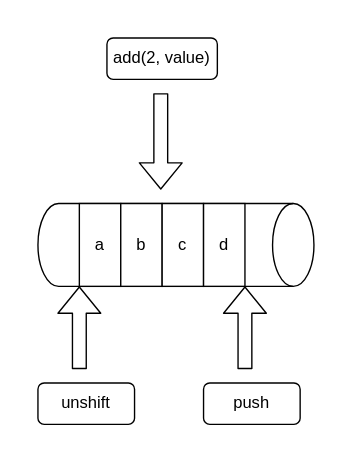
aboutmoon/tools keeps this draw.io diagram as SplDoublyLinkedList.drawio. Above is the earlier version. Source tidied: cells renumbered, new cells numbered last; positions are measured from the earlier drawing's top-left corner, leaving out a move shared by most shapes. Both pictures are drawn from the tidied source at 138%, with x=0, y=0 at pixel (37, 37).
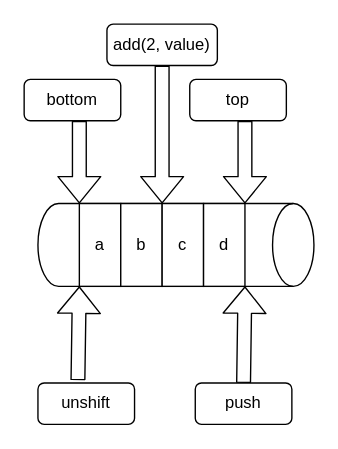
After the change.

What changed in the source:
```diff
@@
 <mxGraphModel>
   <root>
     <mxCell id="0" />
     <mxCell id="1" parent="0" />
     <mxCell id="2" style="shape=cylinder3;whiteSpace=wrap;html=1;boundedLbl=1;backgroundOutline=1;size=15;rotation=90;" parent="1" vertex="1">
       <mxGeometry x="70" y="50" width="60" height="200" as="geometry" />
     </mxCell>
     <mxCell id="3" value="a" style="rounded=0;whiteSpace=wrap;html=1;" parent="1" vertex="1">
       <mxGeometry x="30" y="120" width="30" height="60" as="geometry" />
     </mxCell>
     <mxCell id="4" value="b" style="rounded=0;whiteSpace=wrap;html=1;" parent="1" vertex="1">
       <mxGeometry x="60" y="120" width="30" height="60" as="geometry" />
     </mxCell>
     <mxCell id="5" value="c" style="rounded=0;whiteSpace=wrap;html=1;" parent="1" vertex="1">
       <mxGeometry x="90" y="120" width="30" height="60" as="geometry" />
     </mxCell>
     <mxCell id="6" value="d" style="rounded=0;whiteSpace=wrap;html=1;" parent="1" vertex="1">
       <mxGeometry x="120" y="120" width="30" height="60" as="geometry" />
     </mxCell>
     <mxCell id="7" value="push" style="rounded=1;whiteSpace=wrap;html=1;" parent="1" vertex="1">
-      <mxGeometry x="120" y="250" width="70" height="30" as="geometry" />
+      <mxGeometry x="114" y="250" width="70" height="30" as="geometry" />
     </mxCell>
-    <mxCell id="8" style="shape=flexArrow;endArrow=classic;html=1;entryX=1;entryY=1;entryDx=0;entryDy=0;" parent="1" edge="1" target="6">
-      <mxGeometry relative="1" as="geometry">
-        <mxPoint x="150" y="240" as="sourcePoint" />
-      </mxGeometry>
+    <mxCell id="8" style="shape=flexArrow;endArrow=classic;html=1;entryX=1;entryY=1;entryDx=0;entryDy=0;exitX=0.5;exitY=0;exitDx=0;exitDy=0;" parent="1" edge="1" source="7" target="6">
+      <mxGeometry relative="1" as="geometry" />
     </mxCell>
     <mxCell id="9" value="unshift" style="rounded=1;whiteSpace=wrap;html=1;" parent="1" vertex="1">
       <mxGeometry y="250" width="70" height="30" as="geometry" />
     </mxCell>
-    <mxCell id="10" style="shape=flexArrow;endArrow=classic;html=1;entryX=1;entryY=1;entryDx=0;entryDy=0;" parent="1" edge="1">
+    <mxCell id="10" style="shape=flexArrow;endArrow=classic;html=1;entryX=1;entryY=1;entryDx=0;entryDy=0;exitX=0.414;exitY=-0.067;exitDx=0;exitDy=0;exitPerimeter=0;" parent="1" edge="1" source="9">
       <mxGeometry relative="1" as="geometry">
-        <mxPoint x="30" y="240" as="sourcePoint" />
         <mxPoint x="30" y="180" as="targetPoint" />
       </mxGeometry>
     </mxCell>
     <mxCell id="11" value="add(2, value)" style="rounded=1;whiteSpace=wrap;html=1;" parent="1" vertex="1">
-      <mxGeometry x="50" width="80" height="30" as="geometry" />
+      <mxGeometry x="50" y="-10" width="80" height="30" as="geometry" />
     </mxCell>
-    <mxCell id="12" style="shape=flexArrow;endArrow=classic;html=1;" parent="1" edge="1">
-      <mxGeometry relative="1" as="geometry">
-        <mxPoint x="89" y="40" as="sourcePoint" />
-        <mxPoint x="89" y="110" as="targetPoint" />
-      </mxGeometry>
+    <mxCell id="12" style="shape=flexArrow;endArrow=classic;html=1;exitX=0.5;exitY=1;exitDx=0;exitDy=0;entryX=1;entryY=0;entryDx=0;entryDy=0;" parent="1" edge="1" source="11" target="4">
+      <mxGeometry relative="1" as="geometry" />
     </mxCell>
+    <mxCell id="13" value="bottom" style="rounded=1;whiteSpace=wrap;html=1;" parent="1" vertex="1">
+      <mxGeometry x="-10" y="30" width="70" height="30" as="geometry" />
+    </mxCell>
+    <mxCell id="14" style="shape=flexArrow;endArrow=classic;html=1;entryX=1;entryY=0;entryDx=0;entryDy=0;" parent="1" edge="1" target="6">
+      <mxGeometry relative="1" as="geometry">
+        <mxPoint x="150" y="60" as="sourcePoint" />
+      </mxGeometry>
+    </mxCell>
+    <mxCell id="15" value="top" style="rounded=1;whiteSpace=wrap;html=1;" parent="1" vertex="1">
+      <mxGeometry x="110" y="30" width="70" height="30" as="geometry" />
+    </mxCell>
+    <mxCell id="16" style="shape=flexArrow;endArrow=classic;html=1;entryX=1;entryY=0;entryDx=0;entryDy=0;" parent="1" edge="1">
+      <mxGeometry relative="1" as="geometry">
+        <mxPoint x="30" y="60" as="sourcePoint" />
+        <mxPoint x="30" y="120" as="targetPoint" />
+      </mxGeometry>
+    </mxCell>
   </root>
 </mxGraphModel>
```
